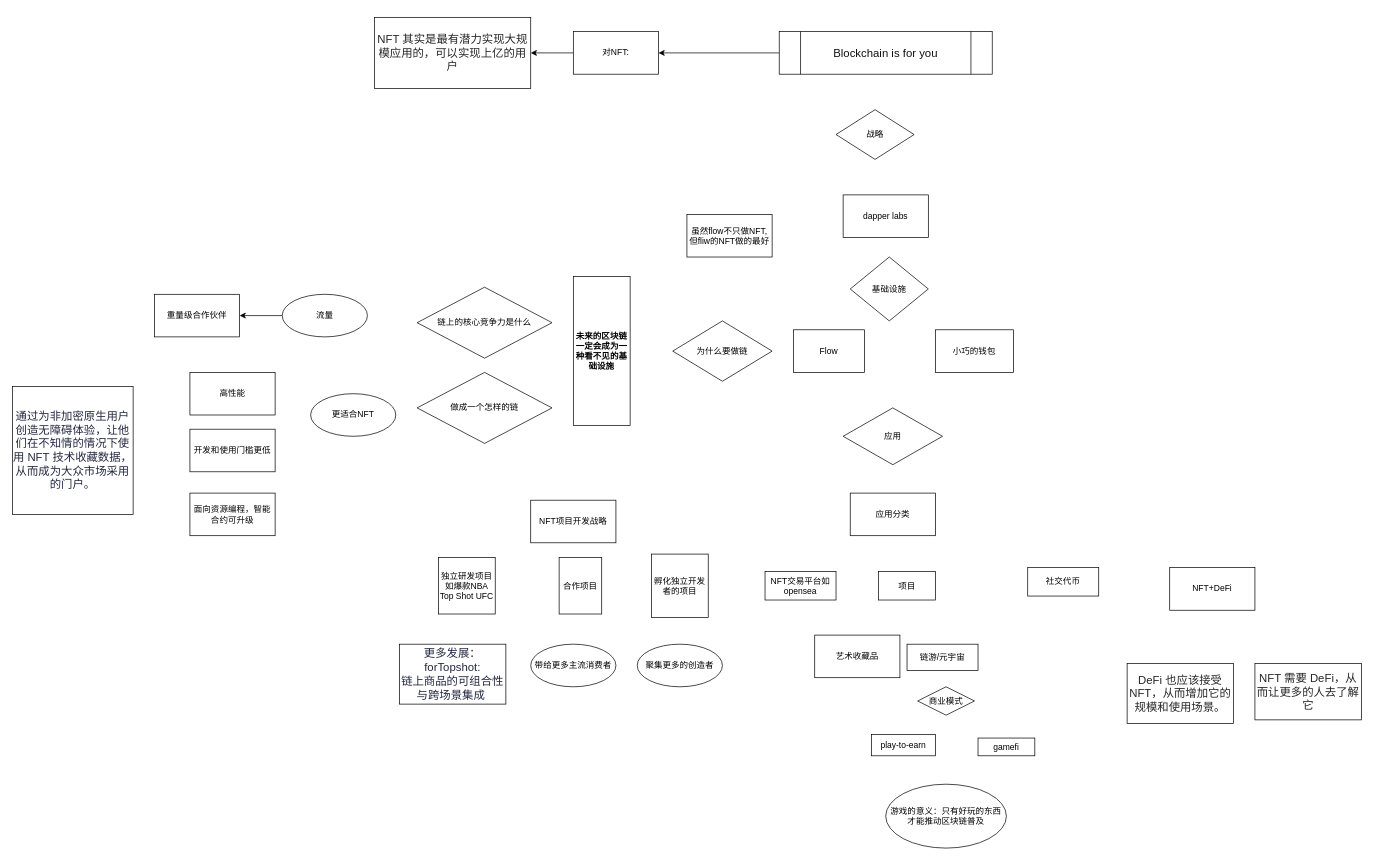
JoannaRay1/mono keeps this draw.io diagram as dl2 Diagram.drawio. Above is the earlier version. Source tidied: cells renumbered, new cells numbered last; positions are measured from the earlier drawing's top-left corner, leaving out a move shared by most shapes. Both pictures are drawn from the tidied source at 71%, with x=0, y=0 at pixel (12, 17).
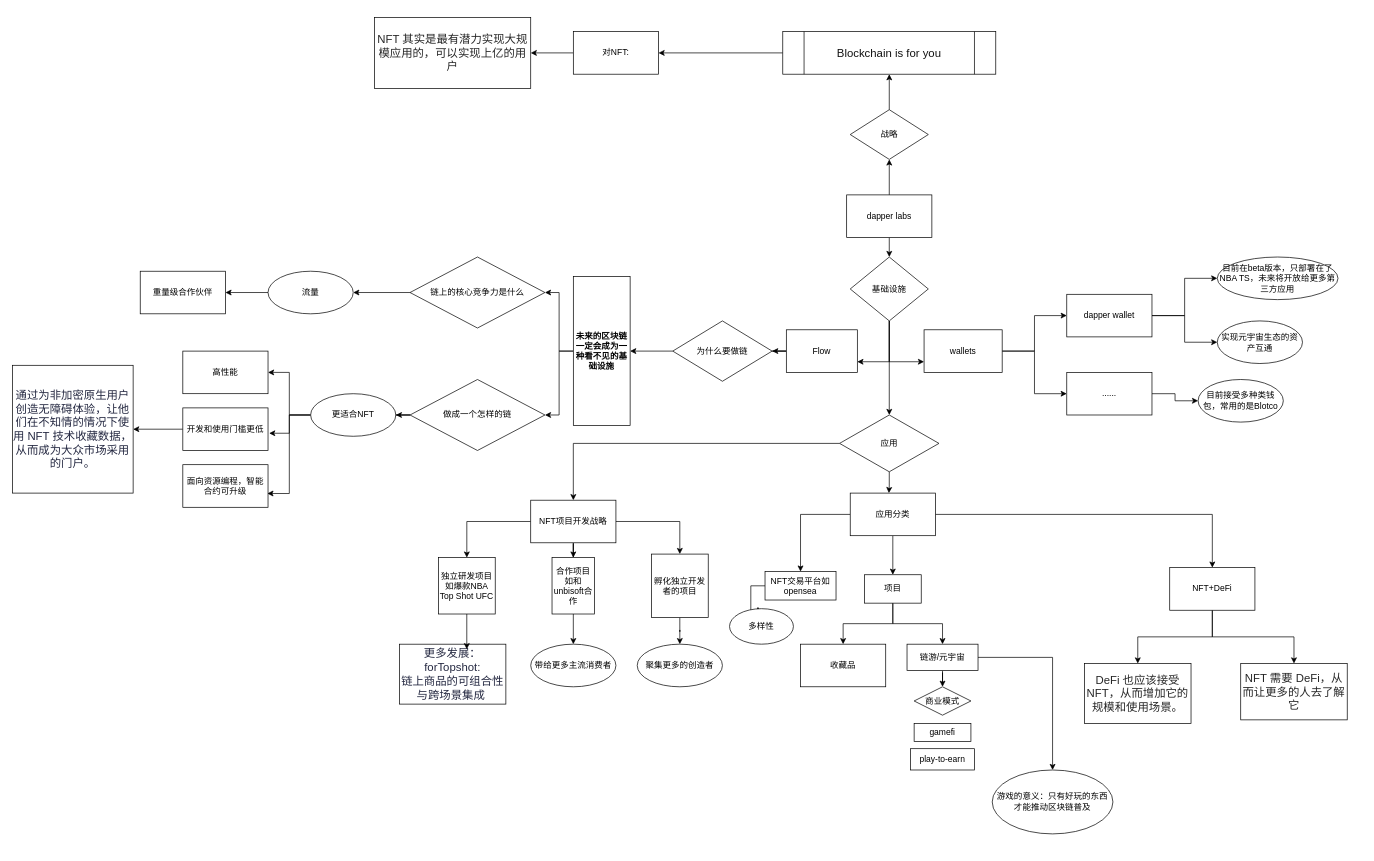
The same page after the edit.

The change refers to these unchanged cells:
```xml
<mxCell id="7" value="NFT交易平台如opensea" style="whiteSpace=wrap;html=1;" parent="1" vertex="1">
  <mxGeometry x="1060" y="780.6" width="100" height="40" as="geometry" />
</mxCell>
<mxCell id="9" value="链游/元宇宙" style="whiteSpace=wrap;html=1;" parent="1" vertex="1">
  <mxGeometry x="1260" y="882.8" width="100" height="37.2" as="geometry" />
</mxCell>
<mxCell id="14" value="NFT+DeFi" style="whiteSpace=wrap;html=1;" parent="1" vertex="1">
  <mxGeometry x="1630" y="775" width="120" height="60" as="geometry" />
</mxCell>
<mxCell id="17" value="更适合NFT" style="ellipse;whiteSpace=wrap;html=1;" parent="1" vertex="1">
  <mxGeometry x="420" y="530" width="120" height="60" as="geometry" />
</mxCell>
<mxCell id="22" value="为什么要做链" style="rhombus;whiteSpace=wrap;html=1;" parent="1" vertex="1">
  <mxGeometry x="930" y="427.5" width="140" height="85" as="geometry" />
</mxCell>
<mxCell id="25" value="&lt;div class=&quot;okr-block-clipboard&quot;&gt;&lt;/div&gt;&lt;div&gt;&lt;b&gt;未来的区块链一定会成为一种看不见的基础设施&lt;/b&gt;&lt;/div&gt;" style="whiteSpace=wrap;html=1;" parent="1" vertex="1">
  <mxGeometry x="790" y="365" width="80" height="210" as="geometry" />
</mxCell>
<mxCell id="27" value="基础设施" style="rhombus;whiteSpace=wrap;html=1;" parent="1" vertex="1">
  <mxGeometry x="1180" y="337.5" width="110" height="90" as="geometry" />
</mxCell>
<mxCell id="32" value="&lt;span style=&quot;color: rgb(36 , 40 , 65) ; font-family: &amp;#34;sf pro sc&amp;#34; , &amp;#34;sf pro text&amp;#34; , , , &amp;#34;segoe ui&amp;#34; , &amp;#34;roboto&amp;#34; , &amp;#34;ubuntu&amp;#34; , &amp;#34;cantarell&amp;#34; , &amp;#34;noto sans&amp;#34; , sans-serif , &amp;#34;blinkmacsystemfont&amp;#34; , &amp;#34;helvetica neue&amp;#34; ; font-size: 16px&quot;&gt;更多发展：for&lt;/span&gt;&lt;span style=&quot;color: rgb(36 , 40 , 65) ; font-size: 16px&quot;&gt;Topshot:&lt;/span&gt;&lt;span style=&quot;color: rgb(36 , 40 , 65) ; font-family: &amp;#34;sf pro sc&amp;#34; , &amp;#34;sf pro text&amp;#34; , , , &amp;#34;segoe ui&amp;#34; , &amp;#34;roboto&amp;#34; , &amp;#34;ubuntu&amp;#34; , &amp;#34;cantarell&amp;#34; , &amp;#34;noto sans&amp;#34; , sans-serif , &amp;#34;blinkmacsystemfont&amp;#34; , &amp;#34;helvetica neue&amp;#34; ; font-size: 16px&quot;&gt;&lt;br&gt;链上商品的可组合性与跨场景集成&lt;/span&gt;&lt;span style=&quot;color: rgb(36 , 40 , 65) ; font-size: 16px&quot;&gt;&amp;nbsp;&lt;/span&gt;" style="whiteSpace=wrap;html=1;" parent="1" vertex="1">
  <mxGeometry x="545" y="882.8" width="150" height="84.4" as="geometry" />
</mxCell>
<mxCell id="37" value="NFT项目开发战略" style="whiteSpace=wrap;html=1;" parent="1" vertex="1">
  <mxGeometry x="730" y="680" width="120" height="60" as="geometry" />
</mxCell>
<mxCell id="38" value="独立研发项目如爆款NBA Top Shot UFC" style="whiteSpace=wrap;html=1;" parent="1" vertex="1">
  <mxGeometry x="600" y="760.9" width="80" height="79.4" as="geometry" />
</mxCell>
<mxCell id="40" value="带给更多主流消费者" style="ellipse;whiteSpace=wrap;html=1;" parent="1" vertex="1">
  <mxGeometry x="730" y="882.8" width="120" height="60" as="geometry" />
</mxCell>
<mxCell id="41" value="孵化独立开发者的项目" style="whiteSpace=wrap;html=1;" parent="1" vertex="1">
  <mxGeometry x="900" y="755.9" width="80" height="89.4" as="geometry" />
</mxCell>
<mxCell id="42" value="聚集更多的创造者" style="ellipse;whiteSpace=wrap;html=1;" parent="1" vertex="1">
  <mxGeometry x="880" y="882.8" width="120" height="60" as="geometry" />
</mxCell>
<mxCell id="43" value="应用分类" style="whiteSpace=wrap;html=1;" parent="1" vertex="1">
  <mxGeometry x="1180" y="670" width="120" height="60" as="geometry" />
</mxCell>
```

Diff of the diagram source:
```diff
@@
+    <mxCell id="46" style="edgeStyle=orthogonalEdgeStyle;rounded=0;jettySize=auto;html=1;exitX=0.5;exitY=1;exitDx=0;exitDy=0;entryX=0.5;entryY=0;entryDx=0;entryDy=0;" parent="1" edge="1" source="2" target="27">
+      <mxGeometry relative="1" as="geometry" />
+    </mxCell>
+    <mxCell id="47" style="edgeStyle=orthogonalEdgeStyle;rounded=0;jettySize=auto;html=1;entryX=0.5;entryY=1;entryDx=0;entryDy=0;" parent="1" edge="1" source="2" target="26">
+      <mxGeometry relative="1" as="geometry" />
+    </mxCell>
     <mxCell id="2" value="dapper labs" style="whiteSpace=wrap;html=1;" parent="1" vertex="1">
-      <mxGeometry x="1170" y="250" width="120" height="60" as="geometry" />
+      <mxGeometry x="1175" y="250" width="120" height="60" as="geometry" />
     </mxCell>
@@
     <mxCell id="4" value="&lt;span style=&quot;color: rgb(18 , 18 , 18) ; font-family: , &amp;#34;blinkmacsystemfont&amp;#34; , &amp;#34;helvetica neue&amp;#34; , &amp;#34;pingfang sc&amp;#34; , &amp;#34;microsoft yahei&amp;#34; , &amp;#34;source han sans sc&amp;#34; , &amp;#34;noto sans cjk sc&amp;#34; , &amp;#34;wenquanyi micro hei&amp;#34; , sans-serif ; font-size: medium ; background-color: rgb(255 , 255 , 255)&quot;&gt;Blockchain is for you&lt;/span&gt;" style="shape=process;whiteSpace=wrap;html=1;backgroundOutline=1;" parent="1" vertex="1">
-      <mxGeometry x="1080" y="20" width="300" height="60" as="geometry" />
+      <mxGeometry x="1085" y="20" width="300" height="60" as="geometry" />
     </mxCell>
+    <mxCell id="48" style="edgeStyle=orthogonalEdgeStyle;rounded=0;jettySize=auto;html=1;" parent="1" edge="1" source="5" target="84">
+      <mxGeometry relative="1" as="geometry" />
+    </mxCell>
+    <mxCell id="49" style="edgeStyle=orthogonalEdgeStyle;rounded=0;jettySize=auto;html=1;" parent="1" edge="1" source="5" target="86">
+      <mxGeometry relative="1" as="geometry" />
+    </mxCell>
-    <mxCell id="5" value="小巧的钱包" style="whiteSpace=wrap;html=1;" parent="1" vertex="1">
-      <mxGeometry x="1300" y="440" width="110" height="60" as="geometry" />
+    <mxCell id="5" value="wallets" style="whiteSpace=wrap;html=1;" parent="1" vertex="1">
+      <mxGeometry x="1284" y="440" width="110" height="60" as="geometry" />
     </mxCell>
+    <mxCell id="50" style="edgeStyle=orthogonalEdgeStyle;rounded=0;jettySize=auto;html=1;" parent="1" edge="1" source="6" target="22">
+      <mxGeometry relative="1" as="geometry" />
+    </mxCell>
     <mxCell id="6" value="Flow" style="whiteSpace=wrap;html=1;" parent="1" vertex="1">
-      <mxGeometry x="1100" y="440" width="100" height="60" as="geometry" />
+      <mxGeometry x="1090" y="440" width="100" height="60" as="geometry" />
     </mxCell>
+    <mxCell id="51" style="edgeStyle=orthogonalEdgeStyle;rounded=0;jettySize=auto;html=1;" parent="1" edge="1" source="7">
+      <mxGeometry relative="1" as="geometry">
+        <mxPoint x="1050" y="830" as="targetPoint" />
+      </mxGeometry>
+    </mxCell>
@@
+    <mxCell id="52" style="edgeStyle=orthogonalEdgeStyle;rounded=0;jettySize=auto;html=1;entryX=0.454;entryY=0;entryDx=0;entryDy=0;entryPerimeter=0;" parent="1" edge="1" source="8" target="43">
+      <mxGeometry relative="1" as="geometry" />
+    </mxCell>
+    <mxCell id="53" style="edgeStyle=orthogonalEdgeStyle;rounded=0;jettySize=auto;html=1;entryX=0.5;entryY=0;entryDx=0;entryDy=0;" parent="1" edge="1" source="8" target="37">
+      <mxGeometry relative="1" as="geometry" />
+    </mxCell>
     <mxCell id="8" value="应用" style="rhombus;whiteSpace=wrap;html=1;" parent="1" vertex="1">
-      <mxGeometry x="1170" y="550" width="140" height="80" as="geometry" />
+      <mxGeometry x="1165" y="560" width="140" height="80" as="geometry" />
     </mxCell>
+    <mxCell id="54" style="edgeStyle=orthogonalEdgeStyle;rounded=0;jettySize=auto;html=1;entryX=0.5;entryY=0;entryDx=0;entryDy=0;" parent="1" edge="1" source="9" target="12">
+      <mxGeometry relative="1" as="geometry" />
+    </mxCell>
+    <mxCell id="55" style="edgeStyle=orthogonalEdgeStyle;rounded=0;jettySize=auto;html=1;entryX=0.5;entryY=0;entryDx=0;entryDy=0;" parent="1" edge="1" source="9" target="28">
+      <mxGeometry relative="1" as="geometry" />
+    </mxCell>
@@
-    <mxCell id="10" value="社交代币" style="whiteSpace=wrap;html=1;" parent="1" vertex="1">
-      <mxGeometry x="1430" y="775" width="100" height="40" as="geometry" />
-    </mxCell>
     <mxCell id="11" value="play-to-earn" style="whiteSpace=wrap;html=1;" parent="1" vertex="1">
-      <mxGeometry x="1210" y="1010" width="90" height="30" as="geometry" />
+      <mxGeometry x="1265" y="1030" width="90" height="30" as="geometry" />
     </mxCell>
     <mxCell id="12" value="商业模式" style="rhombus;whiteSpace=wrap;html=1;" parent="1" vertex="1">
-      <mxGeometry x="1275" y="942.8" width="80" height="40" as="geometry" />
+      <mxGeometry x="1270" y="942.8" width="80" height="40" as="geometry" />
     </mxCell>
     <mxCell id="13" value="gamefi" style="whiteSpace=wrap;html=1;direction=west;" parent="1" vertex="1">
-      <mxGeometry x="1360" y="1015" width="80" height="25" as="geometry" />
+      <mxGeometry x="1270" y="994.7" width="80" height="25" as="geometry" />
     </mxCell>
+    <mxCell id="56" style="edgeStyle=orthogonalEdgeStyle;rounded=0;jettySize=auto;html=1;" parent="1" edge="1" source="14" target="34">
+      <mxGeometry relative="1" as="geometry" />
+    </mxCell>
+    <mxCell id="57" style="edgeStyle=orthogonalEdgeStyle;rounded=0;jettySize=auto;html=1;entryX=0.5;entryY=0;entryDx=0;entryDy=0;" parent="1" edge="1" source="14" target="33">
+      <mxGeometry relative="1" as="geometry" />
+    </mxCell>
@@
     <mxCell id="16" value="流量" style="ellipse;whiteSpace=wrap;html=1;" parent="1" vertex="1">
-      <mxGeometry x="380" y="390" width="120" height="60" as="geometry" />
+      <mxGeometry x="360" y="357.5" width="120" height="60" as="geometry" />
     </mxCell>
+    <mxCell id="58" style="edgeStyle=orthogonalEdgeStyle;rounded=0;jettySize=auto;html=1;entryX=1;entryY=0.5;entryDx=0;entryDy=0;" parent="1" edge="1" source="17" target="19">
+      <mxGeometry relative="1" as="geometry" />
+    </mxCell>
+    <mxCell id="59" style="edgeStyle=orthogonalEdgeStyle;rounded=0;jettySize=auto;html=1;entryX=1.013;entryY=0.595;entryDx=0;entryDy=0;entryPerimeter=0;" parent="1" edge="1" source="17" target="20">
+      <mxGeometry relative="1" as="geometry" />
+    </mxCell>
+    <mxCell id="60" style="edgeStyle=orthogonalEdgeStyle;rounded=0;jettySize=auto;html=1;entryX=0.992;entryY=0.676;entryDx=0;entryDy=0;entryPerimeter=0;" parent="1" edge="1" source="17" target="21">
+      <mxGeometry relative="1" as="geometry" />
+    </mxCell>
@@
     <mxCell id="18" value="&lt;div class=&quot;okr-block-clipboard&quot;&gt;&lt;/div&gt;&lt;div&gt;重量级合作伙伴&lt;/div&gt;" style="whiteSpace=wrap;html=1;" parent="1" vertex="1">
-      <mxGeometry x="200" y="390" width="120" height="60" as="geometry" />
+      <mxGeometry x="180" y="357.5" width="120" height="60" as="geometry" />
     </mxCell>
     <mxCell id="19" value="高性能" style="whiteSpace=wrap;html=1;" parent="1" vertex="1">
-      <mxGeometry x="250" y="500" width="120" height="60" as="geometry" />
+      <mxGeometry x="240" y="470" width="120" height="60" as="geometry" />
     </mxCell>
+    <mxCell id="61" style="edgeStyle=orthogonalEdgeStyle;rounded=0;jettySize=auto;html=1;entryX=1;entryY=0.5;entryDx=0;entryDy=0;" parent="1" edge="1" source="20" target="29">
+      <mxGeometry relative="1" as="geometry" />
+    </mxCell>
     <mxCell id="20" value="开发和使用门槛更低" style="whiteSpace=wrap;html=1;" parent="1" vertex="1">
-      <mxGeometry x="250" y="580" width="120" height="60" as="geometry" />
+      <mxGeometry x="240" y="550" width="120" height="60" as="geometry" />
     </mxCell>
     <mxCell id="21" value="面向资源编程，智能合约可升级" style="whiteSpace=wrap;html=1;" parent="1" vertex="1">
-      <mxGeometry x="250" y="670" width="120" height="60" as="geometry" />
+      <mxGeometry x="240" y="630" width="120" height="60" as="geometry" />
     </mxCell>
+    <mxCell id="62" style="edgeStyle=orthogonalEdgeStyle;rounded=0;jettySize=auto;html=1;entryX=1;entryY=0.5;entryDx=0;entryDy=0;" parent="1" edge="1" source="22" target="25">
+      <mxGeometry relative="1" as="geometry" />
+    </mxCell>
@@
+    <mxCell id="63" style="edgeStyle=orthogonalEdgeStyle;rounded=0;jettySize=auto;html=1;entryX=1;entryY=0.5;entryDx=0;entryDy=0;" parent="1" edge="1" source="23" target="16">
+      <mxGeometry relative="1" as="geometry" />
+    </mxCell>
     <mxCell id="23" value="链上的核心竞争力是什么" style="rhombus;whiteSpace=wrap;html=1;" parent="1" vertex="1">
-      <mxGeometry x="570" y="380" width="190" height="100" as="geometry" />
+      <mxGeometry x="560" y="337.5" width="190" height="100" as="geometry" />
     </mxCell>
+    <mxCell id="64" style="edgeStyle=orthogonalEdgeStyle;rounded=0;jettySize=auto;html=1;" parent="1" edge="1" source="24" target="17">
+      <mxGeometry relative="1" as="geometry" />
+    </mxCell>
     <mxCell id="24" value="做成一个怎样的链" style="rhombus;whiteSpace=wrap;html=1;" parent="1" vertex="1">
-      <mxGeometry x="570" y="500" width="190" height="100" as="geometry" />
+      <mxGeometry x="560" y="510" width="190" height="100" as="geometry" />
     </mxCell>
+    <mxCell id="65" style="edgeStyle=orthogonalEdgeStyle;rounded=0;jettySize=auto;html=1;" parent="1" edge="1" source="25" target="24">
+      <mxGeometry relative="1" as="geometry" />
+    </mxCell>
+    <mxCell id="66" style="edgeStyle=orthogonalEdgeStyle;rounded=0;jettySize=auto;html=1;entryX=1;entryY=0.5;entryDx=0;entryDy=0;" parent="1" edge="1" source="25" target="23">
+      <mxGeometry relative="1" as="geometry" />
+    </mxCell>
@@
+    <mxCell id="67" style="edgeStyle=orthogonalEdgeStyle;rounded=0;jettySize=auto;html=1;" parent="1" edge="1" source="26" target="4">
+      <mxGeometry relative="1" as="geometry" />
+    </mxCell>
     <mxCell id="26" value="战略" style="rhombus;whiteSpace=wrap;html=1;" parent="1" vertex="1">
-      <mxGeometry x="1160" y="130" width="110" height="70" as="geometry" />
+      <mxGeometry x="1180" y="130" width="110" height="70" as="geometry" />
     </mxCell>
+    <mxCell id="68" style="edgeStyle=orthogonalEdgeStyle;rounded=0;jettySize=auto;html=1;entryX=1;entryY=0.75;entryDx=0;entryDy=0;" parent="1" edge="1" source="27" target="6">
+      <mxGeometry relative="1" as="geometry" />
+    </mxCell>
+    <mxCell id="69" style="edgeStyle=orthogonalEdgeStyle;rounded=0;jettySize=auto;html=1;entryX=0;entryY=0.75;entryDx=0;entryDy=0;" parent="1" edge="1" source="27" target="5">
+      <mxGeometry relative="1" as="geometry" />
+    </mxCell>
+    <mxCell id="70" style="edgeStyle=orthogonalEdgeStyle;rounded=0;jettySize=auto;html=1;entryX=0.5;entryY=0;entryDx=0;entryDy=0;" parent="1" edge="1" source="27" target="8">
+      <mxGeometry relative="1" as="geometry" />
+    </mxCell>
@@
     <mxCell id="28" value="游戏的意义：&lt;span&gt;只有好玩的东西才能推动区块链普及&lt;/span&gt;&lt;div class=&quot;okr-block-clipboard&quot;&gt;&lt;/div&gt;" style="ellipse;whiteSpace=wrap;html=1;" parent="1" vertex="1">
-      <mxGeometry x="1230" y="1080" width="170" height="90" as="geometry" />
+      <mxGeometry x="1380" y="1060" width="170" height="90" as="geometry" />
     </mxCell>
     <mxCell id="29" value="&lt;span style=&quot;color: rgb(36 , 40 , 65) ; font-family: &amp;#34;sf pro sc&amp;#34; , &amp;#34;sf pro text&amp;#34; , , , &amp;#34;segoe ui&amp;#34; , &amp;#34;roboto&amp;#34; , &amp;#34;ubuntu&amp;#34; , &amp;#34;cantarell&amp;#34; , &amp;#34;noto sans&amp;#34; , sans-serif , &amp;#34;blinkmacsystemfont&amp;#34; , &amp;#34;helvetica neue&amp;#34; ; font-size: 16px&quot;&gt;通过为非加密原生用户创造无障碍体验，让他们在不知情的情况下使用 NFT 技术收藏数据，从而成为大众市场采用的门户。&lt;/span&gt;" style="whiteSpace=wrap;html=1;" parent="1" vertex="1">
-      <mxGeometry y="520" width="170" height="180" as="geometry" />
+      <mxGeometry y="490" width="170" height="180" as="geometry" />
     </mxCell>
@@
     <mxCell id="33" value="&lt;span style=&quot;color: rgb(38 , 38 , 38) ; font-family: , &amp;#34;blinkmacsystemfont&amp;#34; , &amp;#34;segoe ui&amp;#34; , &amp;#34;roboto&amp;#34; , &amp;#34;ubuntu&amp;#34; , &amp;#34;helvetica neue&amp;#34; , &amp;#34;helvetica&amp;#34; , &amp;#34;arial&amp;#34; , &amp;#34;pingfang sc&amp;#34; , &amp;#34;hiragino sans gb&amp;#34; , &amp;#34;microsoft yahei ui&amp;#34; , &amp;#34;microsoft yahei&amp;#34; , &amp;#34;source han sans cn&amp;#34; , sans-serif ; font-size: 16px ; background-color: rgb(255 , 255 , 255)&quot;&gt;NFT 需要 DeFi，从而让更多的人去了解它&lt;/span&gt;" style="whiteSpace=wrap;html=1;" parent="1" vertex="1">
-      <mxGeometry x="1750" y="910" width="150" height="79.4" as="geometry" />
+      <mxGeometry x="1730" y="910" width="150" height="79.4" as="geometry" />
     </mxCell>
     <mxCell id="34" value="&lt;span style=&quot;color: rgb(38 , 38 , 38) ; font-size: 16px ; background-color: rgb(255 , 255 , 255)&quot;&gt;DeFi 也应该接受 NFT，从而增加它的规模和使用场景。&lt;/span&gt;" style="whiteSpace=wrap;html=1;" parent="1" vertex="1">
-      <mxGeometry x="1570" y="910" width="150" height="84.7" as="geometry" />
+      <mxGeometry x="1510" y="910" width="150" height="84.7" as="geometry" />
     </mxCell>
@@
-    <mxCell id="36" value="虽然flow不只做NFT,但fliw的NFT做的最好" style="whiteSpace=wrap;html=1;" parent="1" vertex="1">
-      <mxGeometry x="950" y="277.5" width="120" height="60" as="geometry" />
-    </mxCell>
+    <mxCell id="71" style="edgeStyle=orthogonalEdgeStyle;rounded=0;jettySize=auto;html=1;entryX=0.5;entryY=0;entryDx=0;entryDy=0;" parent="1" edge="1" source="37" target="38">
+      <mxGeometry relative="1" as="geometry" />
+    </mxCell>
+    <mxCell id="72" style="edgeStyle=orthogonalEdgeStyle;rounded=0;jettySize=auto;html=1;" parent="1" edge="1" source="37" target="39">
+      <mxGeometry relative="1" as="geometry" />
+    </mxCell>
+    <mxCell id="73" style="edgeStyle=orthogonalEdgeStyle;rounded=0;jettySize=auto;html=1;entryX=0.5;entryY=0;entryDx=0;entryDy=0;" parent="1" edge="1" source="37" target="41">
+      <mxGeometry relative="1" as="geometry" />
+    </mxCell>
@@
+    <mxCell id="74" style="edgeStyle=orthogonalEdgeStyle;rounded=0;jettySize=auto;html=1;entryX=0.633;entryY=0.085;entryDx=0;entryDy=0;entryPerimeter=0;" parent="1" edge="1" source="38" target="32">
+      <mxGeometry relative="1" as="geometry" />
+    </mxCell>
@@
+    <mxCell id="75" style="edgeStyle=orthogonalEdgeStyle;rounded=0;jettySize=auto;html=1;" parent="1" edge="1" source="39" target="40">
+      <mxGeometry relative="1" as="geometry" />
+    </mxCell>
-    <mxCell id="39" value="合作项目" style="whiteSpace=wrap;html=1;" parent="1" vertex="1">
-      <mxGeometry x="770" y="760.9" width="60" height="79.4" as="geometry" />
+    <mxCell id="39" value="合作项目如和unbisoft合作" style="whiteSpace=wrap;html=1;" parent="1" vertex="1">
+      <mxGeometry x="760" y="760.9" width="60" height="79.4" as="geometry" />
     </mxCell>
@@
+    <mxCell id="76" style="edgeStyle=orthogonalEdgeStyle;rounded=0;jettySize=auto;html=1;" parent="1" edge="1" source="41" target="42">
+      <mxGeometry relative="1" as="geometry" />
+    </mxCell>
@@
+    <mxCell id="77" style="edgeStyle=orthogonalEdgeStyle;rounded=0;jettySize=auto;html=1;" parent="1" edge="1" source="43" target="44">
+      <mxGeometry relative="1" as="geometry" />
+    </mxCell>
+    <mxCell id="78" style="edgeStyle=orthogonalEdgeStyle;rounded=0;jettySize=auto;html=1;" parent="1" edge="1" source="43" target="7">
+      <mxGeometry relative="1" as="geometry" />
+    </mxCell>
+    <mxCell id="79" style="edgeStyle=orthogonalEdgeStyle;rounded=0;jettySize=auto;html=1;" parent="1" edge="1" source="43" target="14">
+      <mxGeometry relative="1" as="geometry" />
+    </mxCell>
@@
+    <mxCell id="80" style="edgeStyle=orthogonalEdgeStyle;rounded=0;jettySize=auto;html=1;" parent="1" edge="1" source="44" target="45">
+      <mxGeometry relative="1" as="geometry" />
+    </mxCell>
+    <mxCell id="81" style="edgeStyle=orthogonalEdgeStyle;rounded=0;jettySize=auto;html=1;" parent="1" edge="1" source="44" target="9">
+      <mxGeometry relative="1" as="geometry" />
+    </mxCell>
     <mxCell id="44" value="项目" style="whiteSpace=wrap;html=1;" parent="1" vertex="1">
-      <mxGeometry x="1220" y="780.6" width="80" height="40" as="geometry" />
+      <mxGeometry x="1200" y="785" width="80" height="40" as="geometry" />
     </mxCell>
-    <mxCell id="45" value="艺术收藏品" style="whiteSpace=wrap;html=1;" parent="1" vertex="1">
-      <mxGeometry x="1130" y="870" width="120" height="60" as="geometry" />
+    <mxCell id="45" value="收藏品" style="whiteSpace=wrap;html=1;" parent="1" vertex="1">
+      <mxGeometry x="1110" y="882.8" width="120" height="60" as="geometry" />
     </mxCell>
+    <mxCell id="82" style="edgeStyle=orthogonalEdgeStyle;rounded=0;jettySize=auto;html=1;" parent="1" edge="1" source="84" target="87">
+      <mxGeometry relative="1" as="geometry" />
+    </mxCell>
+    <mxCell id="83" style="edgeStyle=orthogonalEdgeStyle;rounded=0;jettySize=auto;html=1;" parent="1" edge="1" source="84" target="88">
+      <mxGeometry relative="1" as="geometry" />
+    </mxCell>
+    <mxCell id="84" value="dapper wallet" style="whiteSpace=wrap;html=1;" parent="1" vertex="1">
+      <mxGeometry x="1485" y="390" width="120" height="60" as="geometry" />
+    </mxCell>
+    <mxCell id="85" style="edgeStyle=orthogonalEdgeStyle;rounded=0;jettySize=auto;html=1;" parent="1" edge="1" source="86" target="89">
+      <mxGeometry relative="1" as="geometry" />
+    </mxCell>
+    <mxCell id="86" value="......" style="whiteSpace=wrap;html=1;" parent="1" vertex="1">
+      <mxGeometry x="1485" y="500" width="120" height="60" as="geometry" />
+    </mxCell>
+    <mxCell id="87" value="实现元宇宙生态的资产互通" style="ellipse;whiteSpace=wrap;html=1;" parent="1" vertex="1">
+      <mxGeometry x="1697" y="427.5" width="120" height="60" as="geometry" />
+    </mxCell>
+    <mxCell id="88" value="目前在beta版本，只部署在了NBA TS，未来将开放给更多第三方应用" style="ellipse;whiteSpace=wrap;html=1;" parent="1" vertex="1">
+      <mxGeometry x="1697" y="337.5" width="170" height="60" as="geometry" />
+    </mxCell>
+    <mxCell id="89" value="目前接受多种类钱包，常用的是Blotco" style="ellipse;whiteSpace=wrap;html=1;" parent="1" vertex="1">
+      <mxGeometry x="1670" y="510" width="120" height="60" as="geometry" />
+    </mxCell>
+    <mxCell id="90" value="多样性" style="ellipse;whiteSpace=wrap;html=1;" parent="1" vertex="1">
+      <mxGeometry x="1010" y="832.8" width="90" height="50" as="geometry" />
+    </mxCell>
```
